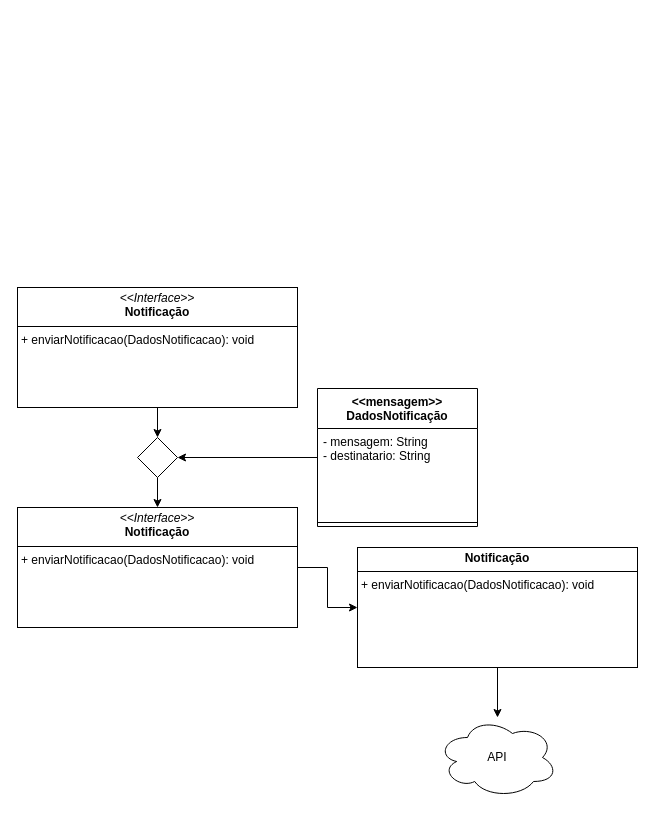
Above: design/UMLNotificacao.drawio in WolWolffz/ThuderBass_Stock (draw.io), before the change. Source tidied: cells renumbered, new cells numbered last; positions are measured from the earlier drawing's top-left corner, leaving out a move shared by most shapes. Both pictures are drawn from the tidied source at 100%, with x=0, y=0 at pixel (17, 287).
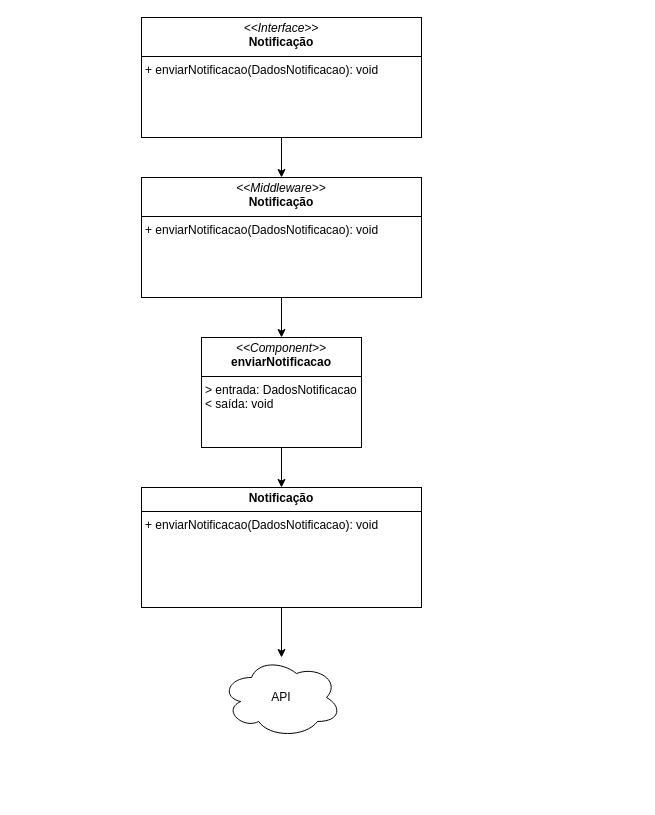
After the change.

The edit, as a diff of the source:
```diff
@@
 <mxGraphModel>
   <root>
     <mxCell id="0" />
     <mxCell id="1" parent="0" />
-    <mxCell id="2" style="edgeStyle=orthogonalEdgeStyle;rounded=0;jettySize=auto;html=1;entryX=1;entryY=0.5;entryDx=0;entryDy=0;" parent="1" edge="1" source="3" target="9">
-      <mxGeometry relative="1" as="geometry" />
-    </mxCell>
-    <mxCell id="3" value="&amp;lt;&amp;lt;mensagem&amp;gt;&amp;gt;&lt;div&gt;DadosNotificação&lt;/div&gt;" style="swimlane;fontStyle=1;align=center;verticalAlign=top;horizontal=1;startSize=40;whiteSpace=wrap;html=1;" parent="1" vertex="1">
-      <mxGeometry x="300" y="101" width="160" height="138" as="geometry" />
-    </mxCell>
-    <mxCell id="4" value="- mensagem: String&lt;div&gt;- destinatario: String&lt;/div&gt;" style="text;strokeColor=none;fillColor=none;align=left;verticalAlign=top;spacingLeft=4;spacingRight=4;overflow=hidden;whiteSpace=wrap;html=1;" parent="3" vertex="1">
-      <mxGeometry y="40" width="160" height="90" as="geometry" />
-    </mxCell>
-    <mxCell id="5" style="line;strokeWidth=1;fillColor=none;align=left;verticalAlign=middle;spacingTop=-1;spacingLeft=3;spacingRight=3;labelPosition=right;strokeColor=inherit;" parent="3" vertex="1">
-      <mxGeometry y="130" width="160" height="8" as="geometry" />
-    </mxCell>
-    <mxCell id="6" style="edgeStyle=orthogonalEdgeStyle;rounded=0;jettySize=auto;html=1;exitX=0.5;exitY=1;exitDx=0;exitDy=0;entryX=0.5;entryY=0;entryDx=0;entryDy=0;" parent="1" edge="1" source="7" target="9">
+    <mxCell id="6" style="edgeStyle=orthogonalEdgeStyle;rounded=0;jettySize=auto;html=1;exitX=0.5;exitY=1;exitDx=0;exitDy=0;entryX=0.5;entryY=0;entryDx=0;entryDy=0;" parent="1" edge="1" source="7" target="11">
       <mxGeometry relative="1" as="geometry" />
     </mxCell>
     <mxCell id="7" value="&lt;p style=&quot;margin:0px;margin-top:4px;text-align:center;&quot;&gt;&lt;i&gt;&amp;lt;&amp;lt;Interface&amp;gt;&amp;gt;&lt;/i&gt;&lt;br&gt;&lt;b&gt;Notificação&lt;/b&gt;&lt;/p&gt;&lt;hr size=&quot;1&quot; style=&quot;border-style:solid;&quot;&gt;&lt;p style=&quot;margin:0px;margin-left:4px;&quot;&gt;+ enviarNotificacao(DadosNotificacao): void&lt;/p&gt;" style="verticalAlign=top;align=left;overflow=fill;html=1;whiteSpace=wrap;" parent="1" vertex="1">
-      <mxGeometry width="280" height="120" as="geometry" />
+      <mxGeometry x="124" y="-270" width="280" height="120" as="geometry" />
     </mxCell>
-    <mxCell id="8" style="edgeStyle=orthogonalEdgeStyle;rounded=0;jettySize=auto;html=1;exitX=0.5;exitY=1;exitDx=0;exitDy=0;" parent="1" edge="1" source="9" target="11">
-      <mxGeometry relative="1" as="geometry" />
-    </mxCell>
-    <mxCell id="9" style="rhombus;whiteSpace=wrap;html=1;" parent="1" vertex="1">
-      <mxGeometry x="120" y="150" width="40" height="40" as="geometry" />
-    </mxCell>
-    <mxCell id="10" style="edgeStyle=orthogonalEdgeStyle;rounded=0;jettySize=auto;html=1;" parent="1" edge="1" source="11" target="13">
-      <mxGeometry relative="1" as="geometry" />
-    </mxCell>
+    <mxCell id="15" style="edgeStyle=orthogonalEdgeStyle;rounded=0;jettySize=auto;html=1;exitX=0.5;exitY=1;exitDx=0;exitDy=0;entryX=0.5;entryY=0;entryDx=0;entryDy=0;" parent="1" edge="1" source="11" target="17">
+      <mxGeometry relative="1" as="geometry" />
+    </mxCell>
-    <mxCell id="11" value="&lt;p style=&quot;margin:0px;margin-top:4px;text-align:center;&quot;&gt;&lt;i&gt;&amp;lt;&amp;lt;Interface&amp;gt;&amp;gt;&lt;/i&gt;&lt;br&gt;&lt;b&gt;Notificação&lt;/b&gt;&lt;/p&gt;&lt;hr size=&quot;1&quot; style=&quot;border-style:solid;&quot;&gt;&lt;p style=&quot;margin:0px;margin-left:4px;&quot;&gt;+ enviarNotificacao(DadosNotificacao): void&lt;/p&gt;" style="verticalAlign=top;align=left;overflow=fill;html=1;whiteSpace=wrap;" parent="1" vertex="1">
-      <mxGeometry y="220" width="280" height="120" as="geometry" />
+    <mxCell id="11" value="&lt;p style=&quot;margin:0px;margin-top:4px;text-align:center;&quot;&gt;&lt;i&gt;&amp;lt;&amp;lt;Middleware&amp;gt;&amp;gt;&lt;/i&gt;&lt;br&gt;&lt;b&gt;Notificação&lt;/b&gt;&lt;/p&gt;&lt;hr size=&quot;1&quot; style=&quot;border-style:solid;&quot;&gt;&lt;p style=&quot;margin:0px;margin-left:4px;&quot;&gt;+ enviarNotificacao(DadosNotificacao): void&lt;/p&gt;" style="verticalAlign=top;align=left;overflow=fill;html=1;whiteSpace=wrap;" parent="1" vertex="1">
+      <mxGeometry x="124" y="-110" width="280" height="120" as="geometry" />
     </mxCell>
     <mxCell id="12" style="edgeStyle=orthogonalEdgeStyle;rounded=0;jettySize=auto;html=1;exitX=0.5;exitY=1;exitDx=0;exitDy=0;" parent="1" edge="1" source="13" target="14">
       <mxGeometry relative="1" as="geometry" />
     </mxCell>
     <mxCell id="13" value="&lt;p style=&quot;margin:0px;margin-top:4px;text-align:center;&quot;&gt;&lt;b&gt;Notificação&lt;/b&gt;&lt;/p&gt;&lt;hr size=&quot;1&quot; style=&quot;border-style:solid;&quot;&gt;&lt;p style=&quot;margin:0px;margin-left:4px;&quot;&gt;+ enviarNotificacao(DadosNotificacao): void&lt;/p&gt;" style="verticalAlign=top;align=left;overflow=fill;html=1;whiteSpace=wrap;" parent="1" vertex="1">
-      <mxGeometry x="340" y="260" width="280" height="120" as="geometry" />
+      <mxGeometry x="124" y="200" width="280" height="120" as="geometry" />
     </mxCell>
     <mxCell id="14" value="API" style="ellipse;shape=cloud;whiteSpace=wrap;html=1;" parent="1" vertex="1">
-      <mxGeometry x="420" y="430" width="120" height="80" as="geometry" />
+      <mxGeometry x="204" y="370" width="120" height="80" as="geometry" />
     </mxCell>
+    <mxCell id="16" style="edgeStyle=orthogonalEdgeStyle;rounded=0;jettySize=auto;html=1;exitX=0.5;exitY=1;exitDx=0;exitDy=0;entryX=0.5;entryY=0;entryDx=0;entryDy=0;" parent="1" edge="1" source="17" target="13">
+      <mxGeometry relative="1" as="geometry" />
+    </mxCell>
+    <mxCell id="17" value="&lt;p style=&quot;margin:0px;margin-top:4px;text-align:center;&quot;&gt;&lt;i&gt;&amp;lt;&amp;lt;Component&amp;gt;&amp;gt;&lt;/i&gt;&lt;br&gt;&lt;b&gt;enviarNotificacao&lt;/b&gt;&lt;/p&gt;&lt;hr size=&quot;1&quot; style=&quot;border-style:solid;&quot;&gt;&lt;p style=&quot;margin:0px;margin-left:4px;&quot;&gt;&amp;gt; entrada: DadosNotificacao&lt;/p&gt;&lt;p style=&quot;margin:0px;margin-left:4px;&quot;&gt;&amp;lt; saída: void&lt;/p&gt;" style="verticalAlign=top;align=left;overflow=fill;html=1;whiteSpace=wrap;" parent="1" vertex="1">
+      <mxGeometry x="184" y="50" width="160" height="110" as="geometry" />
+    </mxCell>
   </root>
 </mxGraphModel>
```
